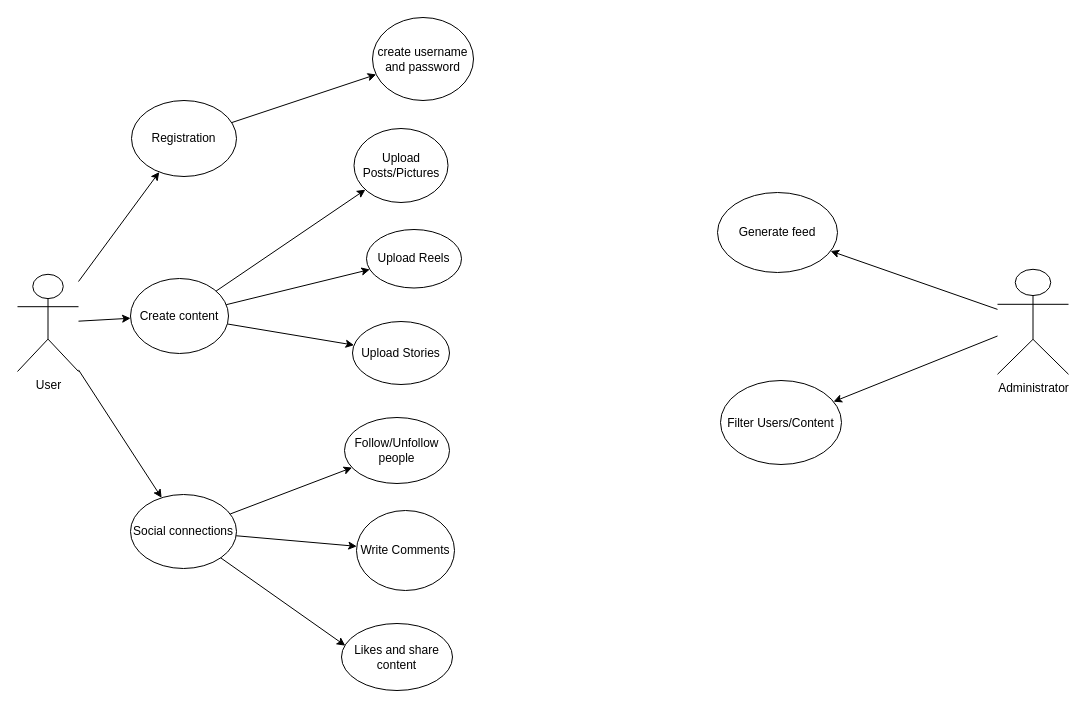
Above: userdiagram.drawio in Nika275/Instagram (draw.io), before the change. Source tidied: cells renumbered, new cells numbered last; positions are measured from the earlier drawing's top-left corner, leaving out a move shared by most shapes. Both pictures are drawn from the tidied source at 100%, with x=0, y=0 at pixel (17, 17).
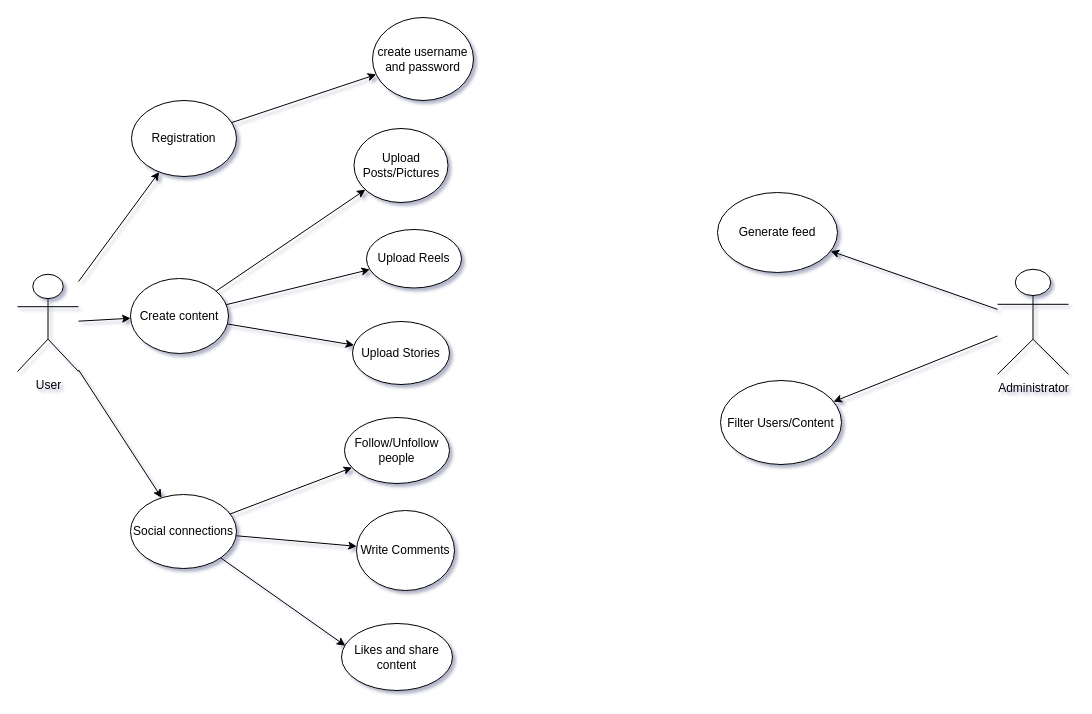
Above is the later version.

The edit, as a diff of the source:
```diff
@@
-<mxGraphModel>
+<mxGraphModel shadow="1">
@@
-    <mxCell id="2" value="User" style="shape=umlActor;verticalLabelPosition=bottom;verticalAlign=top;html=1;outlineConnect=0;" parent="1" vertex="1">
+    <mxCell id="2" value="User" style="shape=umlActor;verticalLabelPosition=bottom;verticalAlign=top;html=1;outlineConnect=0;labelBackgroundColor=none;" parent="1" vertex="1">
       <mxGeometry y="256.8" width="61" height="97.2" as="geometry" />
     </mxCell>
-    <mxCell id="3" value="Administrator" style="shape=umlActor;verticalLabelPosition=bottom;verticalAlign=top;html=1;outlineConnect=0;" parent="1" vertex="1">
+    <mxCell id="3" value="Administrator" style="shape=umlActor;verticalLabelPosition=bottom;verticalAlign=top;html=1;outlineConnect=0;labelBackgroundColor=none;" parent="1" vertex="1">
       <mxGeometry x="980" y="251.8" width="71" height="105" as="geometry" />
     </mxCell>
-    <mxCell id="4" value="Registration" style="ellipse;whiteSpace=wrap;html=1;" parent="1" vertex="1">
+    <mxCell id="4" value="Registration" style="ellipse;whiteSpace=wrap;html=1;labelBackgroundColor=none;" parent="1" vertex="1">
       <mxGeometry x="114" y="83" width="105" height="76" as="geometry" />
     </mxCell>
-    <mxCell id="5" value="Create content" style="ellipse;whiteSpace=wrap;html=1;" parent="1" vertex="1">
+    <mxCell id="5" value="Create content" style="ellipse;whiteSpace=wrap;html=1;labelBackgroundColor=none;" parent="1" vertex="1">
       <mxGeometry x="113" y="261" width="98" height="75" as="geometry" />
     </mxCell>
-    <mxCell id="6" value="Social connections" style="ellipse;whiteSpace=wrap;html=1;" parent="1" vertex="1">
+    <mxCell id="6" value="Social connections" style="ellipse;whiteSpace=wrap;html=1;labelBackgroundColor=none;" parent="1" vertex="1">
       <mxGeometry x="113" y="477" width="106" height="74" as="geometry" />
     </mxCell>
-    <mxCell id="7" value="Upload Reels" style="ellipse;whiteSpace=wrap;html=1;" parent="1" vertex="1">
+    <mxCell id="7" value="Upload Reels" style="ellipse;whiteSpace=wrap;html=1;labelBackgroundColor=none;" parent="1" vertex="1">
       <mxGeometry x="349" y="212" width="95" height="58.5" as="geometry" />
     </mxCell>
-    <mxCell id="8" value="create username and password" style="ellipse;whiteSpace=wrap;html=1;" parent="1" vertex="1">
+    <mxCell id="8" value="create username and password" style="ellipse;whiteSpace=wrap;html=1;labelBackgroundColor=none;" parent="1" vertex="1">
       <mxGeometry x="355" width="101" height="83" as="geometry" />
     </mxCell>
-    <mxCell id="9" value="Follow/Unfollow people" style="ellipse;whiteSpace=wrap;html=1;" parent="1" vertex="1">
+    <mxCell id="9" value="Follow/Unfollow people" style="ellipse;whiteSpace=wrap;html=1;labelBackgroundColor=none;" parent="1" vertex="1">
       <mxGeometry x="327" y="400" width="105" height="66" as="geometry" />
     </mxCell>
-    <mxCell id="10" value="Upload Posts/Pictures" style="ellipse;whiteSpace=wrap;html=1;" parent="1" vertex="1">
+    <mxCell id="10" value="Upload Posts/Pictures" style="ellipse;whiteSpace=wrap;html=1;labelBackgroundColor=none;" parent="1" vertex="1">
       <mxGeometry x="336.5" y="111" width="94" height="74" as="geometry" />
     </mxCell>
-    <mxCell id="11" style="endArrow=classic;html=1;rounded=0;" parent="1" edge="1" source="5" target="10">
+    <mxCell id="11" style="endArrow=classic;html=1;rounded=0;labelBackgroundColor=none;fontColor=default;" parent="1" edge="1" source="5" target="10">
       <mxGeometry relative="1" as="geometry" />
     </mxCell>
-    <mxCell id="12" value="Upload Stories" style="ellipse;whiteSpace=wrap;html=1;" parent="1" vertex="1">
+    <mxCell id="12" value="Upload Stories" style="ellipse;whiteSpace=wrap;html=1;labelBackgroundColor=none;" parent="1" vertex="1">
       <mxGeometry x="335" y="304" width="97" height="63" as="geometry" />
     </mxCell>
-    <mxCell id="13" style="endArrow=classic;html=1;rounded=0;" parent="1" edge="1" source="5" target="12">
+    <mxCell id="13" style="endArrow=classic;html=1;rounded=0;labelBackgroundColor=none;fontColor=default;" parent="1" edge="1" source="5" target="12">
       <mxGeometry relative="1" as="geometry" />
     </mxCell>
-    <mxCell id="14" value="Write Comments" style="ellipse;whiteSpace=wrap;html=1;" parent="1" vertex="1">
+    <mxCell id="14" value="Write Comments" style="ellipse;whiteSpace=wrap;html=1;labelBackgroundColor=none;" parent="1" vertex="1">
       <mxGeometry x="339" y="493" width="98" height="80" as="geometry" />
     </mxCell>
-    <mxCell id="15" value="Likes and share content" style="ellipse;whiteSpace=wrap;html=1;" parent="1" vertex="1">
+    <mxCell id="15" value="Likes and share content" style="ellipse;whiteSpace=wrap;html=1;labelBackgroundColor=none;" parent="1" vertex="1">
       <mxGeometry x="324" y="606" width="111" height="67" as="geometry" />
     </mxCell>
-    <mxCell id="16" style="endArrow=classic;html=1;rounded=0;" parent="1" edge="1" source="6" target="9">
+    <mxCell id="16" style="endArrow=classic;html=1;rounded=0;labelBackgroundColor=none;fontColor=default;" parent="1" edge="1" source="6" target="9">
       <mxGeometry relative="1" as="geometry" />
     </mxCell>
-    <mxCell id="17" style="endArrow=classic;html=1;rounded=0;entryX=0.034;entryY=0.331;entryDx=0;entryDy=0;entryPerimeter=0;" parent="1" edge="1" source="6" target="15">
+    <mxCell id="17" style="endArrow=classic;html=1;rounded=0;entryX=0.034;entryY=0.331;entryDx=0;entryDy=0;entryPerimeter=0;labelBackgroundColor=none;fontColor=default;" parent="1" edge="1" source="6" target="15">
       <mxGeometry relative="1" as="geometry" />
     </mxCell>
-    <mxCell id="18" style="endArrow=classic;html=1;rounded=0;" parent="1" edge="1" source="6" target="14">
+    <mxCell id="18" style="endArrow=classic;html=1;rounded=0;labelBackgroundColor=none;fontColor=default;" parent="1" edge="1" source="6" target="14">
       <mxGeometry relative="1" as="geometry" />
     </mxCell>
-    <mxCell id="19" value="Generate feed" style="ellipse;whiteSpace=wrap;html=1;" parent="1" vertex="1">
+    <mxCell id="19" value="Generate feed" style="ellipse;whiteSpace=wrap;html=1;labelBackgroundColor=none;" parent="1" vertex="1">
       <mxGeometry x="700" y="175" width="120" height="80" as="geometry" />
     </mxCell>
-    <mxCell id="20" value="&lt;div&gt;&lt;br&gt;&lt;/div&gt;&lt;div&gt;&lt;br&gt;&lt;/div&gt;&lt;div&gt;Filter Users/Content&lt;/div&gt;" style="ellipse;whiteSpace=wrap;html=1;verticalAlign=top;" parent="1" vertex="1">
+    <mxCell id="20" value="&lt;div&gt;&lt;br&gt;&lt;/div&gt;&lt;div&gt;&lt;br&gt;&lt;/div&gt;&lt;div&gt;Filter Users/Content&lt;/div&gt;" style="ellipse;whiteSpace=wrap;html=1;verticalAlign=top;labelBackgroundColor=none;" parent="1" vertex="1">
       <mxGeometry x="703" y="363" width="121" height="84" as="geometry" />
     </mxCell>
-    <mxCell id="21" style="endArrow=classic;html=1;rounded=0;" parent="1" edge="1" source="2" target="4">
+    <mxCell id="21" style="endArrow=classic;html=1;rounded=0;labelBackgroundColor=none;fontColor=default;" parent="1" edge="1" source="2" target="4">
       <mxGeometry relative="1" as="geometry" />
     </mxCell>
-    <mxCell id="22" style="endArrow=classic;html=1;rounded=0;" parent="1" edge="1" source="2" target="6">
+    <mxCell id="22" style="endArrow=classic;html=1;rounded=0;labelBackgroundColor=none;fontColor=default;" parent="1" edge="1" source="2" target="6">
       <mxGeometry relative="1" as="geometry" />
     </mxCell>
-    <mxCell id="23" style="endArrow=classic;html=1;rounded=0;" parent="1" edge="1" source="2" target="5">
+    <mxCell id="23" style="endArrow=classic;html=1;rounded=0;labelBackgroundColor=none;fontColor=default;" parent="1" edge="1" source="2" target="5">
       <mxGeometry relative="1" as="geometry" />
     </mxCell>
-    <mxCell id="24" style="endArrow=classic;html=1;rounded=0;" parent="1" edge="1" source="3" target="19">
+    <mxCell id="24" style="endArrow=classic;html=1;rounded=0;labelBackgroundColor=none;fontColor=default;" parent="1" edge="1" source="3" target="19">
       <mxGeometry relative="1" as="geometry" />
     </mxCell>
-    <mxCell id="25" style="endArrow=classic;html=1;rounded=0;" parent="1" edge="1" source="3" target="20">
+    <mxCell id="25" style="endArrow=classic;html=1;rounded=0;labelBackgroundColor=none;fontColor=default;" parent="1" edge="1" source="3" target="20">
       <mxGeometry relative="1" as="geometry" />
     </mxCell>
-    <mxCell id="26" style="endArrow=classic;html=1;rounded=0;" parent="1" edge="1" source="4" target="8">
+    <mxCell id="26" style="endArrow=classic;html=1;rounded=0;labelBackgroundColor=none;fontColor=default;" parent="1" edge="1" source="4" target="8">
       <mxGeometry relative="1" as="geometry" />
     </mxCell>
-    <mxCell id="27" style="endArrow=classic;html=1;rounded=0;" parent="1" edge="1" source="5" target="7">
+    <mxCell id="27" style="endArrow=classic;html=1;rounded=0;labelBackgroundColor=none;fontColor=default;" parent="1" edge="1" source="5" target="7">
       <mxGeometry relative="1" as="geometry" />
     </mxCell>
```
